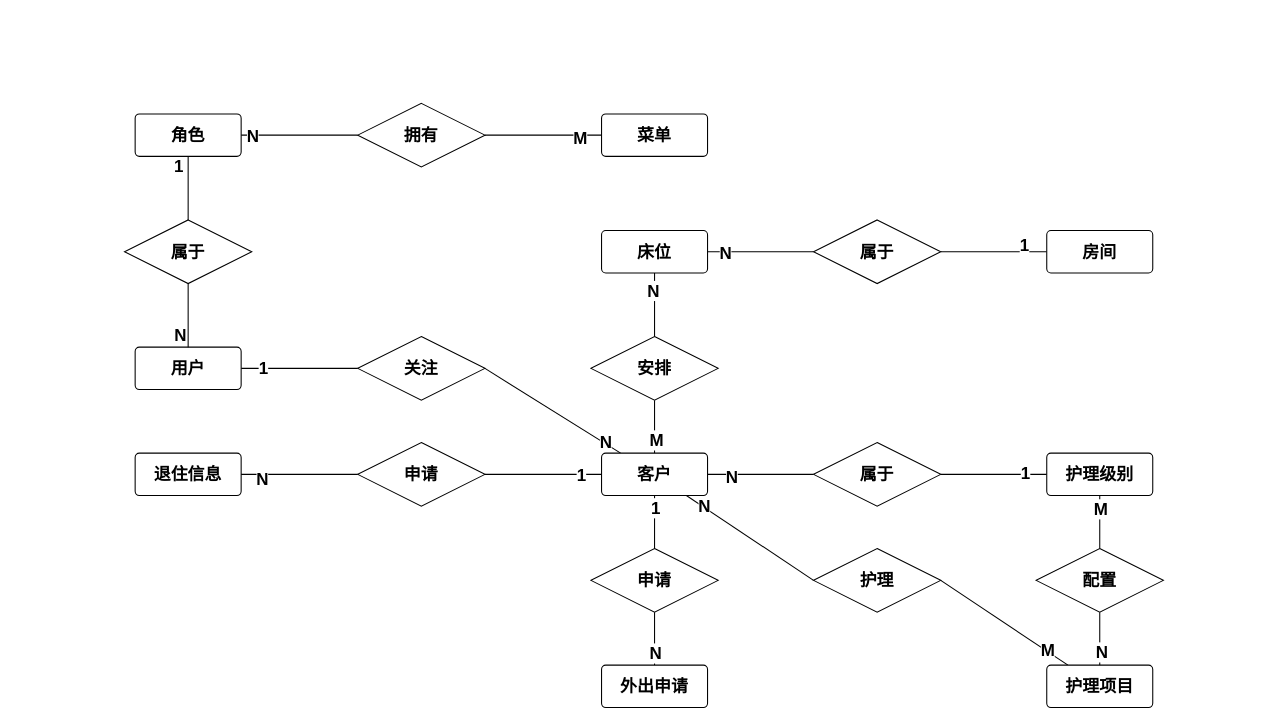
SKRaua/practice2506 keeps this draw.io diagram as backup/0617/ER图.drawio. Above is the earlier version. Source tidied: cells renumbered, new cells numbered last; positions are measured from the earlier drawing's top-left corner, leaving out a move shared by most shapes. Both pictures are drawn from the tidied source at 106%, with x=0, y=0 at pixel (124, 103).
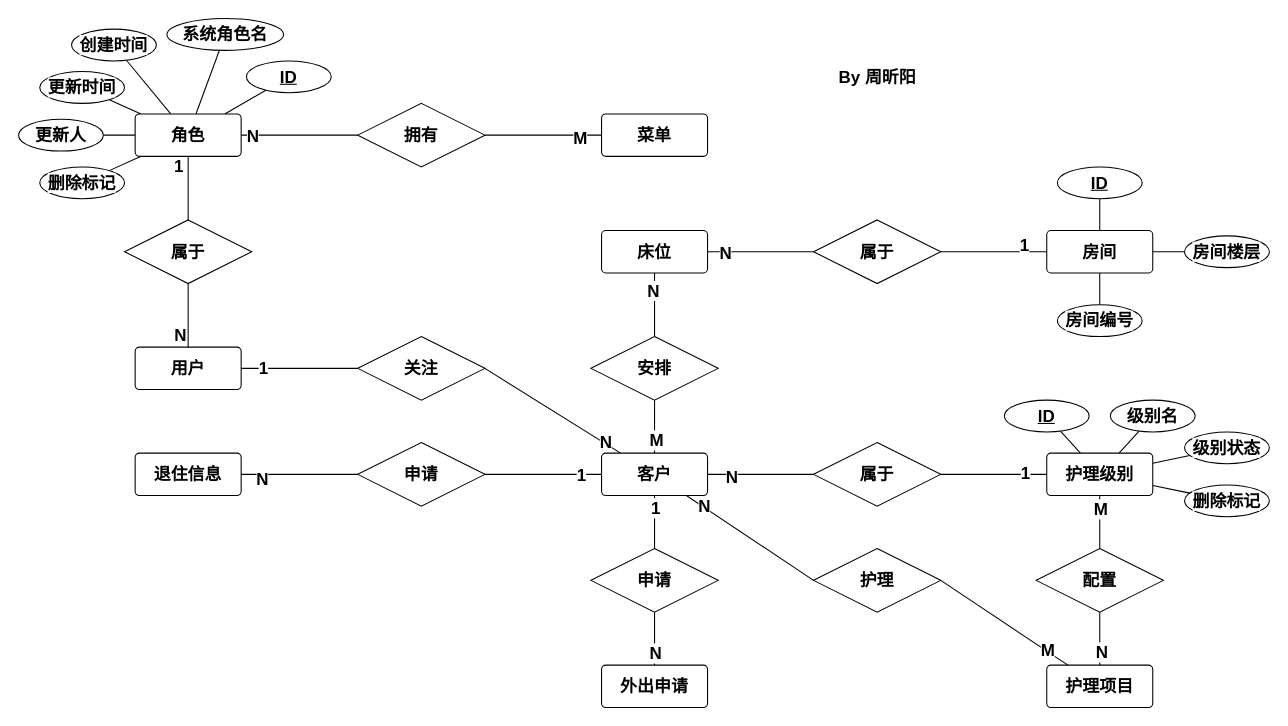
Above is the later version.

Unchanged cells that the change refers to:
```xml
<mxCell id="4" value="&lt;font&gt;&lt;span&gt;角色&lt;/span&gt;&lt;/font&gt;" style="rounded=1;arcSize=10;whiteSpace=wrap;html=1;align=center;fontStyle=1;fontSize=16;" parent="1" vertex="1">
  <mxGeometry x="10" y="10" width="100" height="40" as="geometry" />
</mxCell>
<mxCell id="42" value="&lt;font&gt;&lt;span&gt;房间&lt;/span&gt;&lt;/font&gt;" style="rounded=1;arcSize=10;whiteSpace=wrap;html=1;align=center;fontStyle=1;fontSize=16;" parent="1" vertex="1">
  <mxGeometry x="870" y="120" width="100" height="40" as="geometry" />
</mxCell>
<mxCell id="48" value="&lt;font&gt;&lt;span&gt;护理级别&lt;/span&gt;&lt;/font&gt;" style="rounded=1;arcSize=10;whiteSpace=wrap;html=1;align=center;fontStyle=1;fontSize=16;" parent="1" vertex="1">
  <mxGeometry x="870" y="330" width="100" height="40" as="geometry" />
</mxCell>
```

What changed in the source:
```diff
@@
+    <mxCell id="62" style="edgeStyle=none;shape=connector;rounded=1;html=1;strokeColor=default;align=center;verticalAlign=middle;fontFamily=Helvetica;fontSize=11;fontColor=default;labelBackgroundColor=default;endArrow=none;endFill=0;" parent="1" edge="1" source="4" target="87">
+      <mxGeometry relative="1" as="geometry" />
+    </mxCell>
+    <mxCell id="63" style="edgeStyle=none;shape=connector;rounded=1;html=1;strokeColor=default;align=center;verticalAlign=middle;fontFamily=Helvetica;fontSize=11;fontColor=default;labelBackgroundColor=default;endArrow=none;endFill=0;" parent="1" edge="1" source="4" target="82">
+      <mxGeometry relative="1" as="geometry" />
+    </mxCell>
+    <mxCell id="64" style="edgeStyle=none;shape=connector;rounded=1;html=1;strokeColor=default;align=center;verticalAlign=middle;fontFamily=Helvetica;fontSize=11;fontColor=default;labelBackgroundColor=default;endArrow=none;endFill=0;" parent="1" edge="1" source="4" target="83">
+      <mxGeometry relative="1" as="geometry" />
+    </mxCell>
+    <mxCell id="65" style="edgeStyle=none;shape=connector;rounded=1;html=1;strokeColor=default;align=center;verticalAlign=middle;fontFamily=Helvetica;fontSize=11;fontColor=default;labelBackgroundColor=default;endArrow=none;endFill=0;" parent="1" edge="1" source="4" target="84">
+      <mxGeometry relative="1" as="geometry" />
+    </mxCell>
+    <mxCell id="66" style="edgeStyle=none;shape=connector;rounded=1;html=1;strokeColor=default;align=center;verticalAlign=middle;fontFamily=Helvetica;fontSize=11;fontColor=default;labelBackgroundColor=default;endArrow=none;endFill=0;" parent="1" edge="1" source="4" target="85">
+      <mxGeometry relative="1" as="geometry" />
+    </mxCell>
+    <mxCell id="67" style="edgeStyle=none;shape=connector;rounded=1;html=1;strokeColor=default;align=center;verticalAlign=middle;fontFamily=Helvetica;fontSize=11;fontColor=default;labelBackgroundColor=default;endArrow=none;endFill=0;" parent="1" edge="1" source="4" target="86">
+      <mxGeometry relative="1" as="geometry" />
+    </mxCell>
@@
+    <mxCell id="68" style="edgeStyle=none;shape=connector;rounded=1;html=1;strokeColor=default;align=center;verticalAlign=middle;fontFamily=Helvetica;fontSize=11;fontColor=default;labelBackgroundColor=default;endArrow=none;endFill=0;" parent="1" edge="1" source="42" target="80">
+      <mxGeometry relative="1" as="geometry" />
+    </mxCell>
+    <mxCell id="69" style="edgeStyle=none;shape=connector;rounded=1;html=1;strokeColor=default;align=center;verticalAlign=middle;fontFamily=Helvetica;fontSize=11;fontColor=default;labelBackgroundColor=default;endArrow=none;endFill=0;" parent="1" edge="1" source="42" target="79">
+      <mxGeometry relative="1" as="geometry" />
+    </mxCell>
+    <mxCell id="70" style="edgeStyle=none;shape=connector;rounded=1;html=1;strokeColor=default;align=center;verticalAlign=middle;fontFamily=Helvetica;fontSize=11;fontColor=default;labelBackgroundColor=default;endArrow=none;endFill=0;" parent="1" edge="1" source="42" target="81">
+      <mxGeometry relative="1" as="geometry" />
+    </mxCell>
@@
+    <mxCell id="71" style="edgeStyle=none;shape=connector;rounded=1;html=1;strokeColor=default;align=center;verticalAlign=middle;fontFamily=Helvetica;fontSize=11;fontColor=default;labelBackgroundColor=default;endArrow=none;endFill=0;" parent="1" edge="1" source="48" target="75">
+      <mxGeometry relative="1" as="geometry" />
+    </mxCell>
+    <mxCell id="72" style="edgeStyle=none;shape=connector;rounded=1;html=1;strokeColor=default;align=center;verticalAlign=middle;fontFamily=Helvetica;fontSize=11;fontColor=default;labelBackgroundColor=default;endArrow=none;endFill=0;" parent="1" edge="1" source="48" target="76">
+      <mxGeometry relative="1" as="geometry" />
+    </mxCell>
+    <mxCell id="73" style="edgeStyle=none;shape=connector;rounded=1;html=1;strokeColor=default;align=center;verticalAlign=middle;fontFamily=Helvetica;fontSize=11;fontColor=default;labelBackgroundColor=default;endArrow=none;endFill=0;" parent="1" edge="1" source="48" target="77">
+      <mxGeometry relative="1" as="geometry" />
+    </mxCell>
+    <mxCell id="74" style="edgeStyle=none;shape=connector;rounded=1;html=1;strokeColor=default;align=center;verticalAlign=middle;fontFamily=Helvetica;fontSize=11;fontColor=default;labelBackgroundColor=default;endArrow=none;endFill=0;" parent="1" edge="1" source="48" target="78">
+      <mxGeometry relative="1" as="geometry" />
+    </mxCell>
@@
+    <mxCell id="75" value="ID" style="ellipse;whiteSpace=wrap;html=1;align=center;fontStyle=5;fontFamily=Helvetica;fontSize=16;fontColor=default;labelBackgroundColor=default;" parent="1" vertex="1">
+      <mxGeometry x="830" y="280" width="80" height="30" as="geometry" />
+    </mxCell>
+    <mxCell id="76" value="级别名" style="ellipse;whiteSpace=wrap;html=1;align=center;fontFamily=Helvetica;fontSize=16;fontColor=default;labelBackgroundColor=default;fontStyle=1;" parent="1" vertex="1">
+      <mxGeometry x="930" y="280" width="80" height="30" as="geometry" />
+    </mxCell>
+    <mxCell id="77" value="级别状态" style="ellipse;whiteSpace=wrap;html=1;align=center;fontFamily=Helvetica;fontSize=16;fontColor=default;labelBackgroundColor=default;fontStyle=1;" parent="1" vertex="1">
+      <mxGeometry x="1000" y="310" width="80" height="30" as="geometry" />
+    </mxCell>
+    <mxCell id="78" value="删除标记" style="ellipse;whiteSpace=wrap;html=1;align=center;fontFamily=Helvetica;fontSize=16;fontColor=default;labelBackgroundColor=default;fontStyle=1;" parent="1" vertex="1">
+      <mxGeometry x="1000" y="360" width="80" height="30" as="geometry" />
+    </mxCell>
+    <mxCell id="79" value="ID" style="ellipse;whiteSpace=wrap;html=1;align=center;fontStyle=5;fontFamily=Helvetica;fontSize=16;fontColor=default;labelBackgroundColor=default;" parent="1" vertex="1">
+      <mxGeometry x="880" y="60" width="80" height="30" as="geometry" />
+    </mxCell>
+    <mxCell id="80" value="房间楼层" style="ellipse;whiteSpace=wrap;html=1;align=center;fontFamily=Helvetica;fontSize=16;fontColor=default;labelBackgroundColor=default;fontStyle=1;" parent="1" vertex="1">
+      <mxGeometry x="1000" y="125" width="80" height="30" as="geometry" />
+    </mxCell>
+    <mxCell id="81" value="房间编号" style="ellipse;whiteSpace=wrap;html=1;align=center;fontFamily=Helvetica;fontSize=16;fontColor=default;labelBackgroundColor=default;fontStyle=1;" parent="1" vertex="1">
+      <mxGeometry x="880" y="190" width="80" height="30" as="geometry" />
+    </mxCell>
+    <mxCell id="82" value="ID" style="ellipse;whiteSpace=wrap;html=1;align=center;fontStyle=5;fontFamily=Helvetica;fontSize=16;fontColor=default;labelBackgroundColor=default;" parent="1" vertex="1">
+      <mxGeometry x="115" y="-40" width="80" height="30" as="geometry" />
+    </mxCell>
+    <mxCell id="83" value="创建时间" style="ellipse;whiteSpace=wrap;html=1;align=center;fontFamily=Helvetica;fontSize=16;fontColor=default;labelBackgroundColor=default;fontStyle=1;" parent="1" vertex="1">
+      <mxGeometry x="-50" y="-70" width="80" height="30" as="geometry" />
+    </mxCell>
+    <mxCell id="84" value="更新时间" style="ellipse;whiteSpace=wrap;html=1;align=center;fontFamily=Helvetica;fontSize=16;fontColor=default;labelBackgroundColor=default;fontStyle=1;" parent="1" vertex="1">
+      <mxGeometry x="-80" y="-30" width="80" height="30" as="geometry" />
+    </mxCell>
+    <mxCell id="85" value="更新人" style="ellipse;whiteSpace=wrap;html=1;align=center;fontFamily=Helvetica;fontSize=16;fontColor=default;labelBackgroundColor=default;fontStyle=1;" parent="1" vertex="1">
+      <mxGeometry x="-100" y="15" width="80" height="30" as="geometry" />
+    </mxCell>
+    <mxCell id="86" value="删除标记" style="ellipse;whiteSpace=wrap;html=1;align=center;fontFamily=Helvetica;fontSize=16;fontColor=default;labelBackgroundColor=default;fontStyle=1;" parent="1" vertex="1">
+      <mxGeometry x="-80" y="60" width="80" height="30" as="geometry" />
+    </mxCell>
+    <mxCell id="87" value="系统角色名" style="ellipse;whiteSpace=wrap;html=1;align=center;fontFamily=Helvetica;fontSize=16;fontColor=default;labelBackgroundColor=default;fontStyle=1;" parent="1" vertex="1">
+      <mxGeometry x="40" y="-80" width="110" height="30" as="geometry" />
+    </mxCell>
+    <mxCell id="88" value="&lt;b&gt;&lt;font style=&quot;font-size: 16px;&quot;&gt;By 周昕阳&lt;/font&gt;&lt;/b&gt;" style="text;html=1;align=center;verticalAlign=middle;strokeColor=none;fillColor=none;fontFamily=Helvetica;fontSize=11;fontColor=default;labelBackgroundColor=default;" parent="1" vertex="1">
+      <mxGeometry x="660" y="-40" width="100" height="30" as="geometry" />
+    </mxCell>
```
